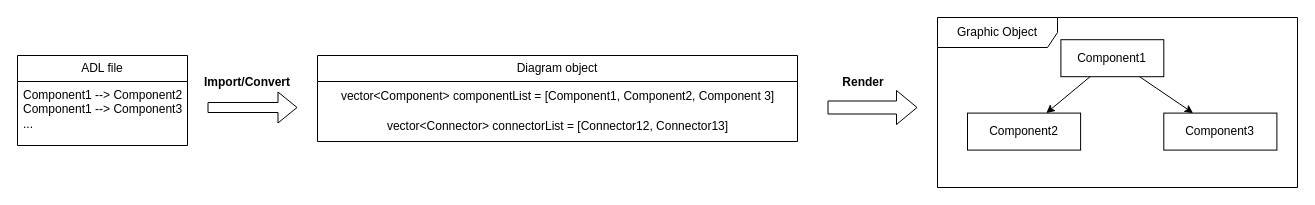
The draw.io diagram AdlWorkflow.drawio in phunm211/SW-Associate-Architecture, before the edit. Source tidied: cells renumbered, new cells numbered last; positions are measured from the earlier drawing's top-left corner, leaving out a move shared by most shapes. Both pictures are drawn from the tidied source at 100%, with x=0, y=0 at pixel (17, 17).
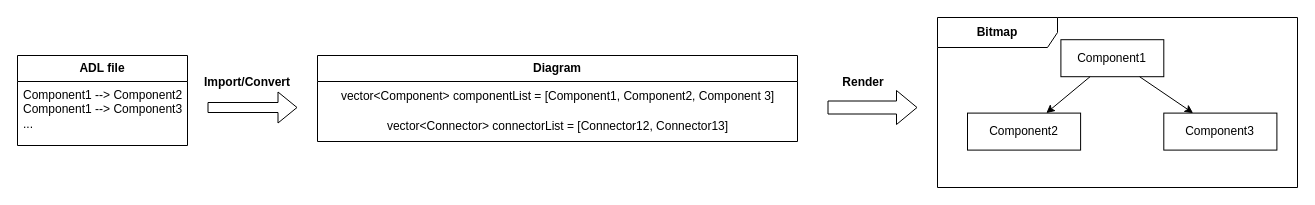
The same page after the edit.

Change to the diagram source:
```diff
@@
 <mxGraphModel>
   <root>
     <mxCell id="0" />
     <mxCell id="1" parent="0" />
-    <mxCell id="2" value="ADL file" style="swimlane;fontStyle=0;horizontal=1;startSize=26;fillColor=none;whiteSpace=wrap;html=1;" parent="1" vertex="1">
+    <mxCell id="2" value="&lt;b&gt;ADL file&lt;/b&gt;" style="swimlane;fontStyle=0;horizontal=1;startSize=26;fillColor=none;whiteSpace=wrap;html=1;" parent="1" vertex="1">
       <mxGeometry y="38" width="170" height="90" as="geometry" />
     </mxCell>
     <mxCell id="3" value="Component1 --&amp;gt; Component2&lt;br&gt;Component1 --&amp;gt; Component3&lt;br&gt;..." style="text;strokeColor=none;fillColor=none;align=left;verticalAlign=top;spacingLeft=4;spacingRight=4;overflow=hidden;whiteSpace=wrap;html=1;" parent="2" vertex="1">
       <mxGeometry y="26" width="170" height="64" as="geometry" />
     </mxCell>
     <mxCell id="4" style="group;" parent="1" vertex="1">
       <mxGeometry x="920" width="360" height="170" as="geometry" />
     </mxCell>
-    <mxCell id="5" value="Graphic Object" style="shape=umlFrame;whiteSpace=wrap;html=1;width=120;height=30;" parent="4" vertex="1">
+    <mxCell id="5" value="&lt;b&gt;Bitmap&lt;/b&gt;" style="shape=umlFrame;whiteSpace=wrap;html=1;width=120;height=30;" parent="4" vertex="1">
       <mxGeometry width="360" height="170" as="geometry" />
     </mxCell>
     <mxCell id="6" value="Component1" style="html=1;whiteSpace=wrap;" parent="4" vertex="1">
       <mxGeometry x="123.4" y="22.2" width="102.9" height="37" as="geometry" />
     </mxCell>
     <mxCell id="7" value="Component2" style="html=1;whiteSpace=wrap;" parent="4" vertex="1">
       <mxGeometry x="30" y="95.6" width="113.1" height="37" as="geometry" />
     </mxCell>
     <mxCell id="8" style="rounded=0;jettySize=auto;html=1;" parent="4" edge="1" source="6" target="7">
       <mxGeometry relative="1" as="geometry" />
     </mxCell>
     <mxCell id="9" value="Component3" style="html=1;whiteSpace=wrap;" parent="4" vertex="1">
       <mxGeometry x="226.3" y="95.6" width="113.1" height="37" as="geometry" />
     </mxCell>
     <mxCell id="10" style="rounded=0;jettySize=auto;html=1;" parent="4" edge="1" source="6" target="9">
       <mxGeometry relative="1" as="geometry" />
     </mxCell>
-    <mxCell id="11" value="Diagram object" style="swimlane;fontStyle=0;horizontal=1;startSize=26;fillColor=none;whiteSpace=wrap;html=1;" parent="1" vertex="1">
+    <mxCell id="11" value="&lt;b&gt;Diagram&lt;/b&gt;" style="swimlane;fontStyle=0;horizontal=1;startSize=26;fillColor=none;whiteSpace=wrap;html=1;" parent="1" vertex="1">
       <mxGeometry x="300" y="38" width="480" height="86" as="geometry" />
     </mxCell>
     <mxCell id="12" value="vector&amp;lt;Component&amp;gt; componentList = [Component1, Component2, Component 3]" style="text;html=1;align=center;verticalAlign=middle;strokeColor=none;fillColor=none;" parent="11" vertex="1">
       <mxGeometry y="26" width="480" height="30" as="geometry" />
     </mxCell>
     <mxCell id="13" value="vector&amp;lt;Connector&amp;gt; connectorList = [Connector12, Connector13]" style="text;html=1;align=center;verticalAlign=middle;strokeColor=none;fillColor=none;" parent="11" vertex="1">
       <mxGeometry y="56" width="480" height="30" as="geometry" />
     </mxCell>
     <mxCell id="14" style="rounded=0;orthogonalLoop=1;jettySize=auto;html=1;shape=flexArrow;" parent="1" edge="1">
       <mxGeometry relative="1" as="geometry">
         <mxPoint x="190" y="90" as="sourcePoint" />
         <mxPoint x="280" y="90" as="targetPoint" />
       </mxGeometry>
     </mxCell>
     <mxCell id="15" style="shape=flexArrow;endArrow=classic;html=1;rounded=0;width=13;endSize=6.5;" parent="1" edge="1">
       <mxGeometry relative="1" as="geometry">
         <mxPoint x="810" y="90" as="sourcePoint" />
         <mxPoint x="900" y="90" as="targetPoint" />
       </mxGeometry>
     </mxCell>
     <mxCell id="16" value="Import/Convert" style="text;html=1;strokeColor=none;fillColor=none;align=center;verticalAlign=middle;whiteSpace=wrap;rounded=0;fontStyle=1;" parent="1" vertex="1">
       <mxGeometry x="200" y="50" width="60" height="30" as="geometry" />
     </mxCell>
     <mxCell id="17" value="&lt;b&gt;Render&lt;/b&gt;" style="text;html=1;strokeColor=none;fillColor=none;align=center;verticalAlign=middle;whiteSpace=wrap;rounded=0;" parent="1" vertex="1">
       <mxGeometry x="816" y="50" width="60" height="30" as="geometry" />
     </mxCell>
   </root>
 </mxGraphModel>
```
